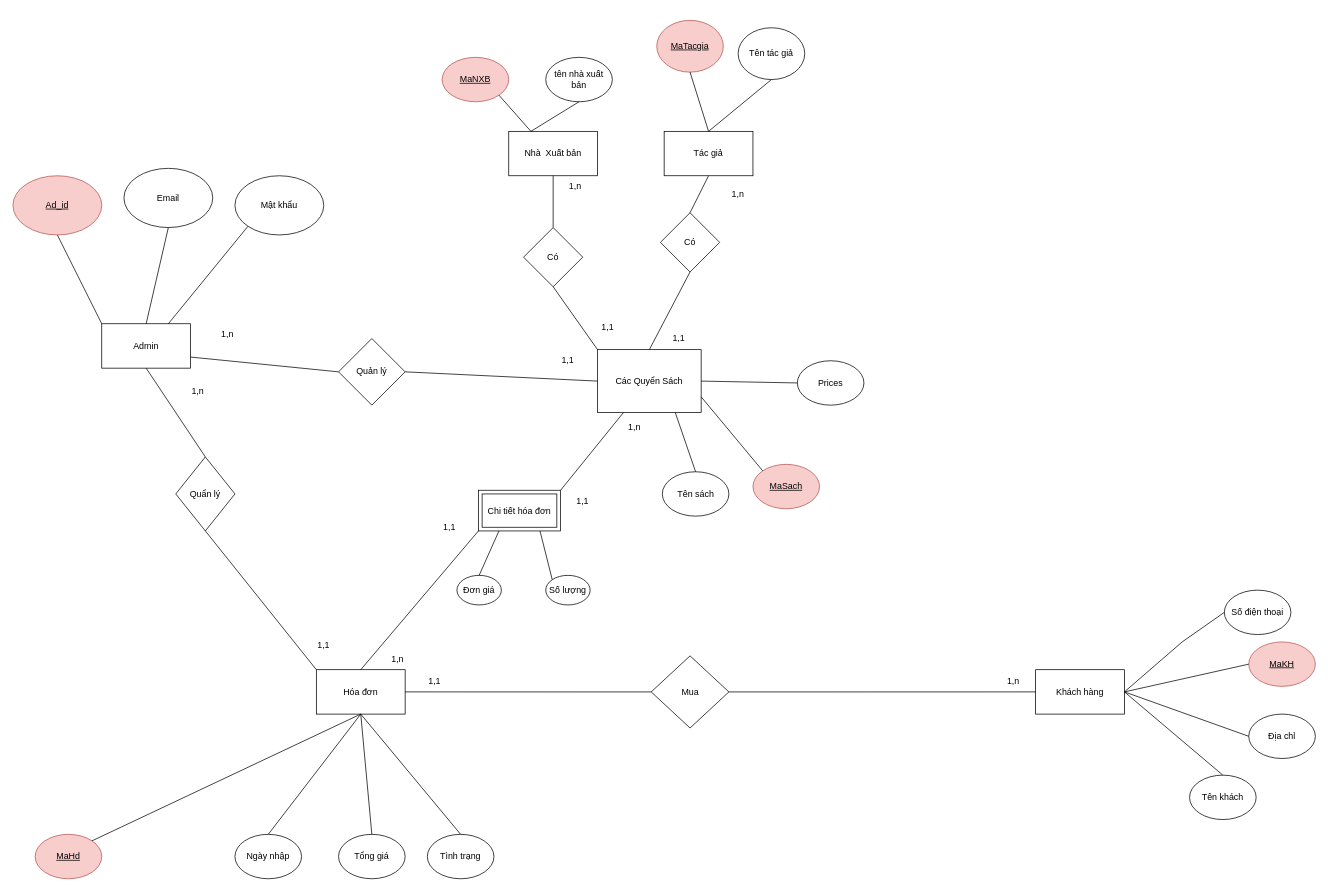
Before: Bookprj.drawio in khanh8603/khanh8603, a draw.io diagram. Source tidied: cells renumbered, new cells numbered last; positions are measured from the earlier drawing's top-left corner, leaving out a move shared by most shapes. Both pictures are drawn from the tidied source at 74%, with x=0, y=0 at pixel (13, 20).
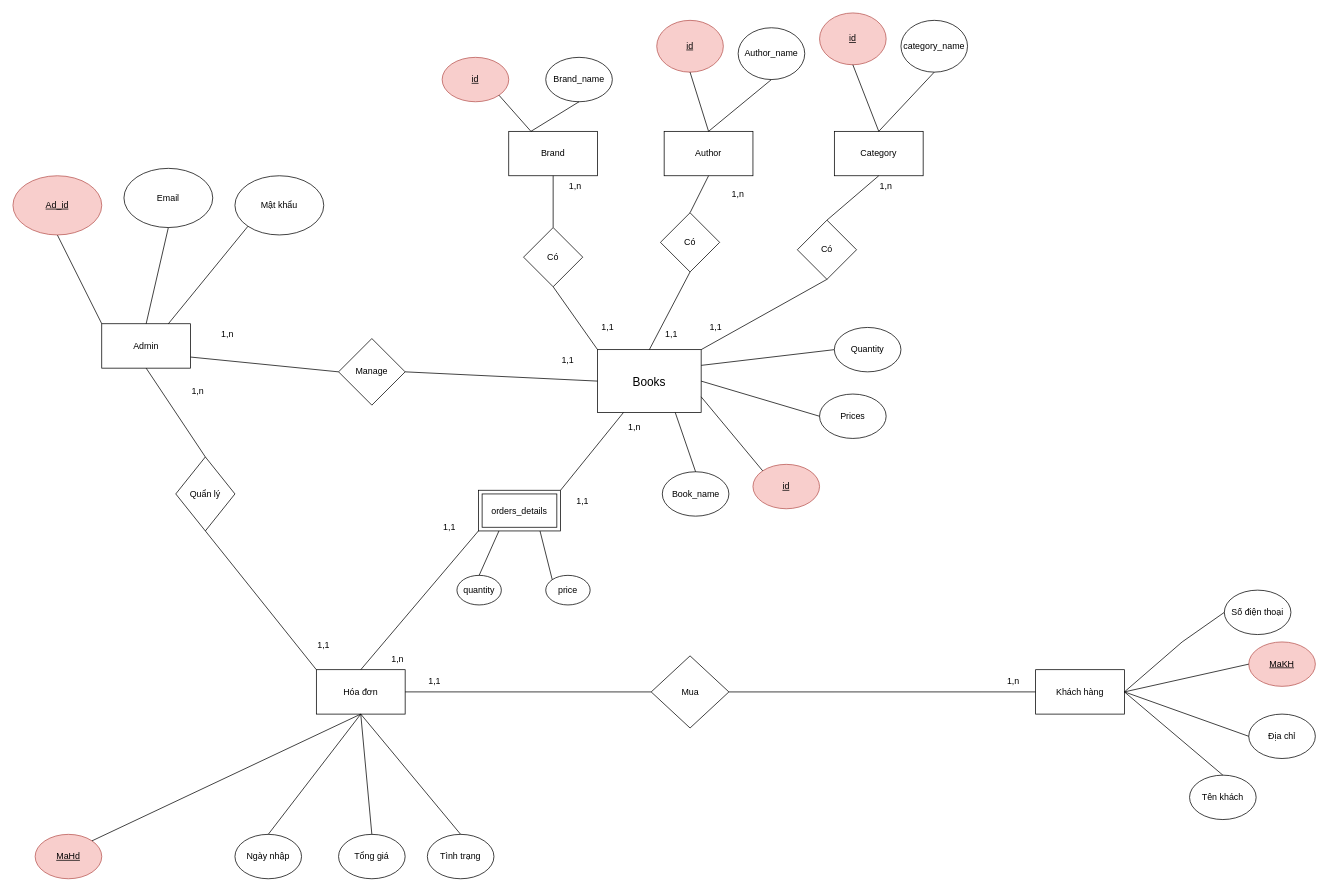
The same page after the edit.

Commit message (it also covers changes not shown here):
Cập nhật Bookprj.drawio

Change to the diagram source:
```diff
@@
-    <mxCell id="2" value="Nhà&amp;nbsp; Xuất bản" style="rounded=0;whiteSpace=wrap;html=1;" parent="1" vertex="1">
+    <mxCell id="2" value="Brand" style="rounded=0;whiteSpace=wrap;html=1;" parent="1" vertex="1">
       <mxGeometry x="670" y="150" width="120" height="60" as="geometry" />
     </mxCell>
+    <mxCell id="80" style="rounded=0;jettySize=auto;html=1;exitX=1;exitY=0.25;exitDx=0;exitDy=0;entryX=0;entryY=0.5;entryDx=0;entryDy=0;endArrow=none;endFill=0;" parent="1" edge="1" source="3" target="81">
+      <mxGeometry relative="1" as="geometry" />
+    </mxCell>
-    <mxCell id="3" value="Các Quyển Sách" style="rounded=0;whiteSpace=wrap;html=1;" parent="1" vertex="1">
+    <mxCell id="3" value="&lt;font style=&quot;font-size: 16px;&quot;&gt;Books&lt;/font&gt;" style="rounded=0;whiteSpace=wrap;html=1;" parent="1" vertex="1">
       <mxGeometry x="790" y="445" width="140" height="85" as="geometry" />
     </mxCell>
@@
-    <mxCell id="6" value="&lt;u&gt;MaNXB&lt;/u&gt;" style="ellipse;whiteSpace=wrap;html=1;fillColor=#f8cecc;strokeColor=#b85450;" parent="1" vertex="1">
+    <mxCell id="6" value="&lt;u&gt;id&lt;/u&gt;" style="ellipse;whiteSpace=wrap;html=1;fillColor=#f8cecc;strokeColor=#b85450;" parent="1" vertex="1">
       <mxGeometry x="580" y="50" width="90" height="60" as="geometry" />
     </mxCell>
-    <mxCell id="7" value="tên nhà xuất bản" style="ellipse;whiteSpace=wrap;html=1;" parent="1" vertex="1">
+    <mxCell id="7" value="Brand_name" style="ellipse;whiteSpace=wrap;html=1;" parent="1" vertex="1">
       <mxGeometry x="720" y="50" width="90" height="60" as="geometry" />
     </mxCell>
@@
-    <mxCell id="13" value="Tên sách" style="ellipse;whiteSpace=wrap;html=1;" parent="1" vertex="1">
+    <mxCell id="13" value="Book_name" style="ellipse;whiteSpace=wrap;html=1;" parent="1" vertex="1">
       <mxGeometry x="877.5" y="610" width="90" height="60" as="geometry" />
     </mxCell>
-    <mxCell id="14" value="&lt;u&gt;MaSach&lt;/u&gt;" style="ellipse;whiteSpace=wrap;html=1;fillColor=#f8cecc;strokeColor=#b85450;" parent="1" vertex="1">
+    <mxCell id="14" value="&lt;u&gt;id&lt;/u&gt;" style="ellipse;whiteSpace=wrap;html=1;fillColor=#f8cecc;strokeColor=#b85450;" parent="1" vertex="1">
       <mxGeometry x="1000" y="600" width="90" height="60" as="geometry" />
     </mxCell>
@@
-    <mxCell id="27" value="Đơn giá" style="ellipse;whiteSpace=wrap;html=1;" parent="1" vertex="1">
+    <mxCell id="27" value="quantity" style="ellipse;whiteSpace=wrap;html=1;" parent="1" vertex="1">
       <mxGeometry x="600" y="750" width="60" height="40" as="geometry" />
     </mxCell>
-    <mxCell id="28" value="Số lượng" style="ellipse;whiteSpace=wrap;html=1;" parent="1" vertex="1">
+    <mxCell id="28" value="price" style="ellipse;whiteSpace=wrap;html=1;" parent="1" vertex="1">
       <mxGeometry x="720" y="750" width="60" height="40" as="geometry" />
     </mxCell>
@@
-    <mxCell id="31" value="Chi tiết hóa đơn" style="shape=ext;margin=3;double=1;whiteSpace=wrap;html=1;align=center;arcSize=20;fillOpacity=100;direction=east;rotation=0;" parent="1" vertex="1">
+    <mxCell id="31" value="orders_details" style="shape=ext;margin=3;double=1;whiteSpace=wrap;html=1;align=center;arcSize=20;fillOpacity=100;direction=east;rotation=0;" parent="1" vertex="1">
       <mxGeometry x="629" y="635" width="111" height="55" as="geometry" />
     </mxCell>
@@
-    <mxCell id="57" value="Quản lý" style="rhombus;whiteSpace=wrap;html=1;" parent="1" vertex="1">
+    <mxCell id="57" value="Manage" style="rhombus;whiteSpace=wrap;html=1;" parent="1" vertex="1">
       <mxGeometry x="440" y="430" width="90" height="90" as="geometry" />
     </mxCell>
@@
-    <mxCell id="64" value="Tác giả" style="rounded=0;whiteSpace=wrap;html=1;" parent="1" vertex="1">
+    <mxCell id="64" value="Author" style="rounded=0;whiteSpace=wrap;html=1;" parent="1" vertex="1">
       <mxGeometry x="880" y="150" width="120" height="60" as="geometry" />
     </mxCell>
@@
     <mxCell id="69" value="1,1" style="text;html=1;strokeColor=none;fillColor=none;align=center;verticalAlign=middle;whiteSpace=wrap;rounded=0;" parent="1" vertex="1">
-      <mxGeometry x="870" y="415" width="60" height="30" as="geometry" />
+      <mxGeometry x="860" y="410" width="60" height="30" as="geometry" />
     </mxCell>
-    <mxCell id="70" value="&lt;u&gt;MaTacgia&lt;/u&gt;" style="ellipse;whiteSpace=wrap;html=1;fillColor=#f8cecc;strokeColor=#b85450;" parent="1" vertex="1">
+    <mxCell id="70" value="&lt;u&gt;id&lt;/u&gt;" style="ellipse;whiteSpace=wrap;html=1;fillColor=#f8cecc;strokeColor=#b85450;" parent="1" vertex="1">
       <mxGeometry x="870" width="90" height="70" as="geometry" />
     </mxCell>
-    <mxCell id="71" value="Tên tác giả" style="ellipse;whiteSpace=wrap;html=1;" parent="1" vertex="1">
+    <mxCell id="71" value="Author_name" style="ellipse;whiteSpace=wrap;html=1;" parent="1" vertex="1">
       <mxGeometry x="980" y="10" width="90" height="70" as="geometry" />
     </mxCell>
@@
     <mxCell id="74" value="Prices" style="ellipse;whiteSpace=wrap;html=1;" parent="1" vertex="1">
-      <mxGeometry x="1060" y="460" width="90" height="60" as="geometry" />
+      <mxGeometry x="1090" y="505" width="90" height="60" as="geometry" />
     </mxCell>
@@
+    <mxCell id="81" value="Quantity" style="ellipse;whiteSpace=wrap;html=1;" parent="1" vertex="1">
+      <mxGeometry x="1110" y="415" width="90" height="60" as="geometry" />
+    </mxCell>
+    <mxCell id="82" value="Category" style="rounded=0;whiteSpace=wrap;html=1;" parent="1" vertex="1">
+      <mxGeometry x="1110" y="150" width="120" height="60" as="geometry" />
+    </mxCell>
+    <mxCell id="83" style="endArrow=none;html=1;rounded=0;entryX=0.5;entryY=1;entryDx=0;entryDy=0;exitX=0.5;exitY=0;exitDx=0;exitDy=0;startArrow=none;" parent="1" edge="1" source="85" target="82">
+      <mxGeometry relative="1" as="geometry" />
+    </mxCell>
+    <mxCell id="84" style="endArrow=none;html=1;rounded=0;entryX=0.5;entryY=1;entryDx=0;entryDy=0;exitX=1;exitY=0;exitDx=0;exitDy=0;" parent="1" edge="1" source="3" target="85">
+      <mxGeometry relative="1" as="geometry" />
+    </mxCell>
+    <mxCell id="85" value="Có" style="rhombus;whiteSpace=wrap;html=1;" parent="1" vertex="1">
+      <mxGeometry x="1060" y="270" width="80" height="80" as="geometry" />
+    </mxCell>
+    <mxCell id="86" value="1,n" style="text;html=1;strokeColor=none;fillColor=none;align=center;verticalAlign=middle;whiteSpace=wrap;rounded=0;" parent="1" vertex="1">
+      <mxGeometry x="1150" y="210" width="60" height="30" as="geometry" />
+    </mxCell>
+    <mxCell id="87" value="1,1" style="text;html=1;strokeColor=none;fillColor=none;align=center;verticalAlign=middle;whiteSpace=wrap;rounded=0;" parent="1" vertex="1">
+      <mxGeometry x="920" y="400" width="60" height="30" as="geometry" />
+    </mxCell>
+    <mxCell id="88" value="&lt;u&gt;id&lt;/u&gt;" style="ellipse;whiteSpace=wrap;html=1;fillColor=#f8cecc;strokeColor=#b85450;" parent="1" vertex="1">
+      <mxGeometry x="1090" y="-10" width="90" height="70" as="geometry" />
+    </mxCell>
+    <mxCell id="89" value="category_name" style="ellipse;whiteSpace=wrap;html=1;" parent="1" vertex="1">
+      <mxGeometry x="1200" width="90" height="70" as="geometry" />
+    </mxCell>
+    <mxCell id="90" style="endArrow=none;html=1;rounded=0;exitX=0.5;exitY=0;exitDx=0;exitDy=0;entryX=0.5;entryY=1;entryDx=0;entryDy=0;" parent="1" edge="1" source="82" target="89">
+      <mxGeometry relative="1" as="geometry" />
+    </mxCell>
+    <mxCell id="91" style="endArrow=none;html=1;rounded=0;exitX=0.5;exitY=0;exitDx=0;exitDy=0;entryX=0.5;entryY=1;entryDx=0;entryDy=0;" parent="1" edge="1" source="82" target="88">
+      <mxGeometry relative="1" as="geometry" />
+    </mxCell>
```
